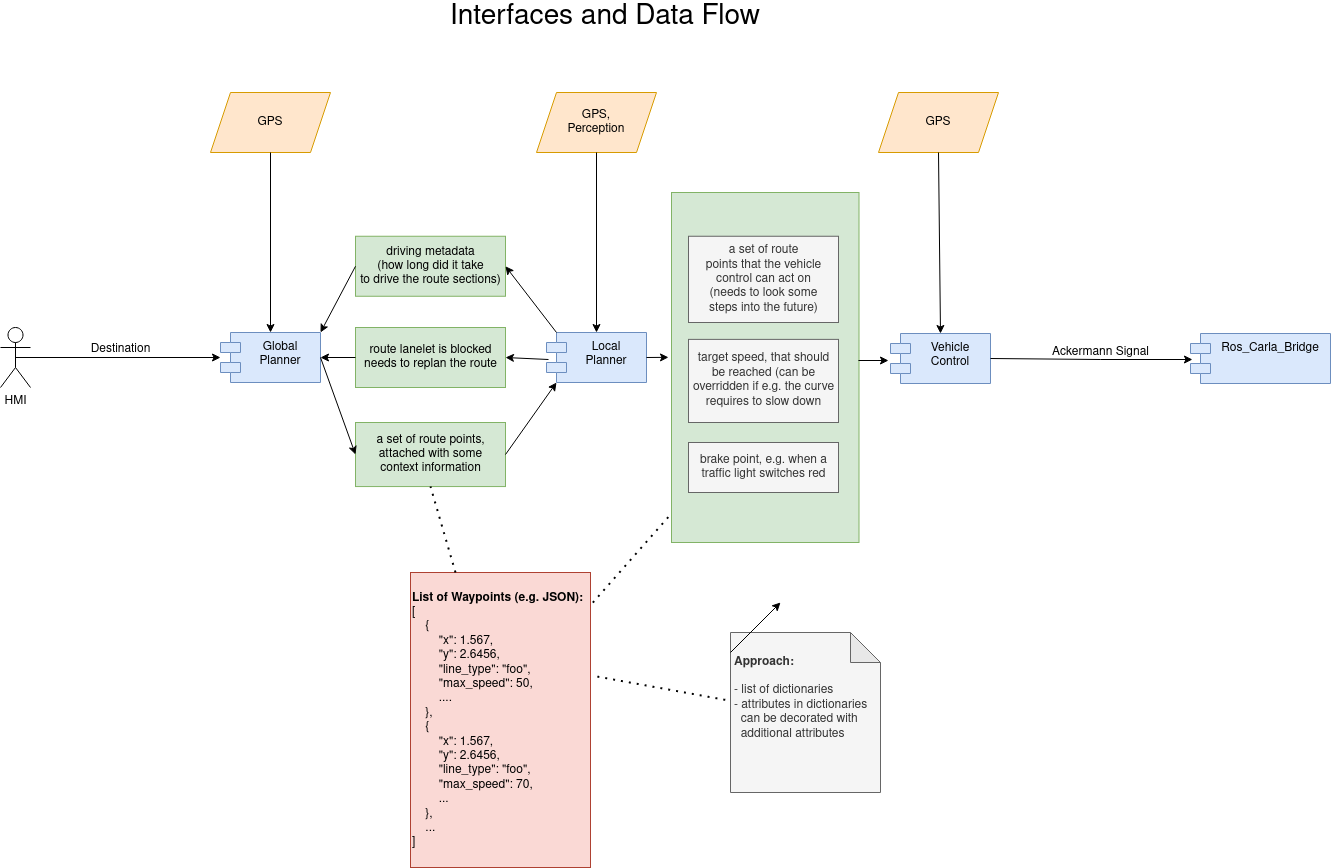
Earlier version of the draw.io export imgs/interfaces-and-dataflow.png (ll7/paf21-1). Source tidied: cells renumbered, new cells last; positions are measured from the earlier drawing's top-left corner, leaving out a move shared by most shapes.
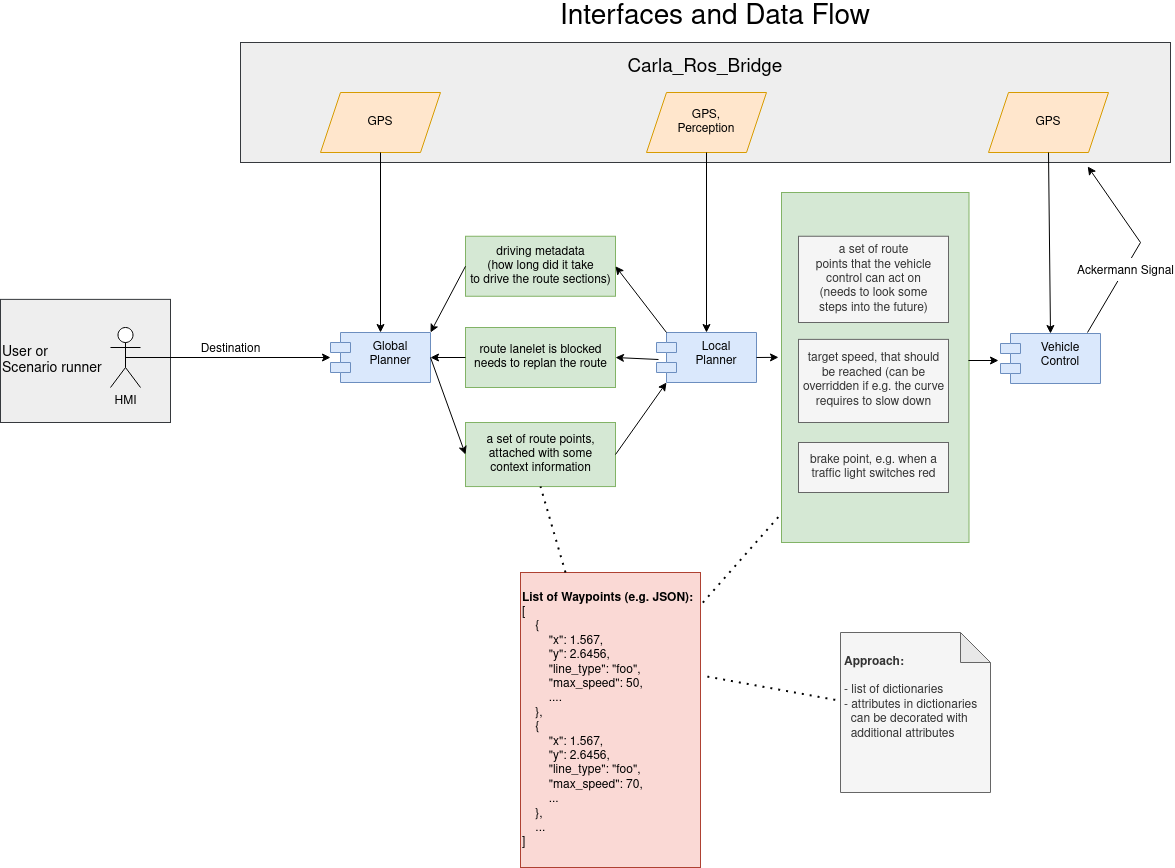
The same file after the commit.

Diff of the diagram source:
```diff
@@ -2,6 +2,12 @@
   <root>
     <mxCell id="0" />
     <mxCell id="1" parent="0" />
+    <mxCell id="39" value="&lt;div style=&quot;font-size: 14px&quot; align=&quot;left&quot;&gt;&lt;font style=&quot;font-size: 14px&quot;&gt;User or &lt;br&gt;&lt;/font&gt;&lt;/div&gt;&lt;div style=&quot;font-size: 14px&quot; align=&quot;left&quot;&gt;&lt;font style=&quot;font-size: 14px&quot;&gt;Scenario runner&lt;/font&gt;&lt;/div&gt;" style="rounded=0;whiteSpace=wrap;html=1;fontSize=12;align=left;fillColor=#eeeeee;strokeColor=#36393d;" parent="1" vertex="1">
+      <mxGeometry x="-110" y="296.9" width="170" height="123.1" as="geometry" />
+    </mxCell>
+    <mxCell id="40" value="&lt;div style=&quot;font-size: 19px&quot;&gt;&lt;font style=&quot;font-size: 19px&quot;&gt;Carla_Ros_Bridge&lt;/font&gt;&lt;/div&gt;&lt;div style=&quot;font-size: 19px&quot;&gt;&lt;font style=&quot;font-size: 19px&quot;&gt;&lt;br&gt;&lt;/font&gt;&lt;/div&gt;&lt;div style=&quot;font-size: 19px&quot;&gt;&lt;font style=&quot;font-size: 19px&quot;&gt;&lt;br&gt;&lt;/font&gt;&lt;/div&gt;&lt;div style=&quot;font-size: 19px&quot;&gt;&lt;font style=&quot;font-size: 19px&quot;&gt;&lt;br&gt;&lt;/font&gt;&lt;/div&gt;" style="rounded=0;whiteSpace=wrap;html=1;fillColor=#eeeeee;strokeColor=#36393d;" parent="1" vertex="1">
+      <mxGeometry x="130" y="40" width="930" height="120" as="geometry" />
+    </mxCell>
     <mxCell id="2" value="&lt;div&gt;brake point, e.g. when a&lt;br&gt;&lt;/div&gt;&lt;div&gt;traffic light switches red&lt;br&gt;&lt;/div&gt;" style="html=1;align=center;fillColor=#d5e8d4;strokeColor=#82b366;" parent="1" vertex="1">
       <mxGeometry x="671" y="190" width="187.5" height="350" as="geometry" />
     </mxCell>
@@ -98,24 +104,16 @@
     <mxCell id="33" value="HMI" style="shape=umlActor;verticalLabelPosition=bottom;verticalAlign=top;html=1;outlineConnect=0;" parent="1" vertex="1">
       <mxGeometry y="325" width="30" height="60" as="geometry" />
     </mxCell>
-    <mxCell id="34" style="endArrow=classic;html=1;rounded=0;" parent="1" edge="1">
-      <mxGeometry relative="1" as="geometry">
-        <mxPoint x="730" y="650" as="sourcePoint" />
-        <mxPoint x="780" y="600" as="targetPoint" />
-      </mxGeometry>
-    </mxCell>
-    <mxCell id="35" value="Ros_Carla_Bridge" style="shape=module;align=left;spacingLeft=20;align=center;verticalAlign=top;fillColor=#dae8fc;strokeColor=#6c8ebf;" parent="1" vertex="1">
-      <mxGeometry x="1190" y="331" width="140" height="50" as="geometry" />
-    </mxCell>
-    <mxCell id="36" style="endArrow=classic;html=1;rounded=0;exitX=1;exitY=0.5;exitDx=0;exitDy=0;entryX=0.014;entryY=0.52;entryDx=0;entryDy=0;entryPerimeter=0;" parent="1" edge="1" source="5" target="35">
+    <mxCell id="36" style="endArrow=classic;html=1;rounded=0;entryX=0.911;entryY=1.033;entryDx=0;entryDy=0;entryPerimeter=0;" parent="1" edge="1" target="40">
       <mxGeometry relative="1" as="geometry">
+        <mxPoint x="977" y="330" as="sourcePoint" />
         <Array as="points">
-          <mxPoint x="1100" y="357" />
+          <mxPoint x="1030" y="240" />
         </Array>
       </mxGeometry>
     </mxCell>
-    <mxCell id="37" value="Ackermann Signal" style="text;html=1;align=center;verticalAlign=middle;strokeColor=none;fillColor=none;" parent="1" vertex="1">
-      <mxGeometry x="1045" y="340" width="110" height="20" as="geometry" />
+    <mxCell id="37" value="&lt;font style=&quot;font-size: 12px&quot;&gt;Ackermann Signal&lt;/font&gt;" style="edgeLabel;html=1;align=center;verticalAlign=middle;fontSize=19;" parent="36" vertex="1">
+      <mxGeometry x="-0.25" relative="1" as="geometry" />
     </mxCell>
     <mxCell id="38" value="Destination" style="text;html=1;align=center;verticalAlign=middle;strokeColor=none;fillColor=none;" parent="1" vertex="1">
       <mxGeometry x="80" y="336.9" width="80" height="20" as="geometry" />
```
